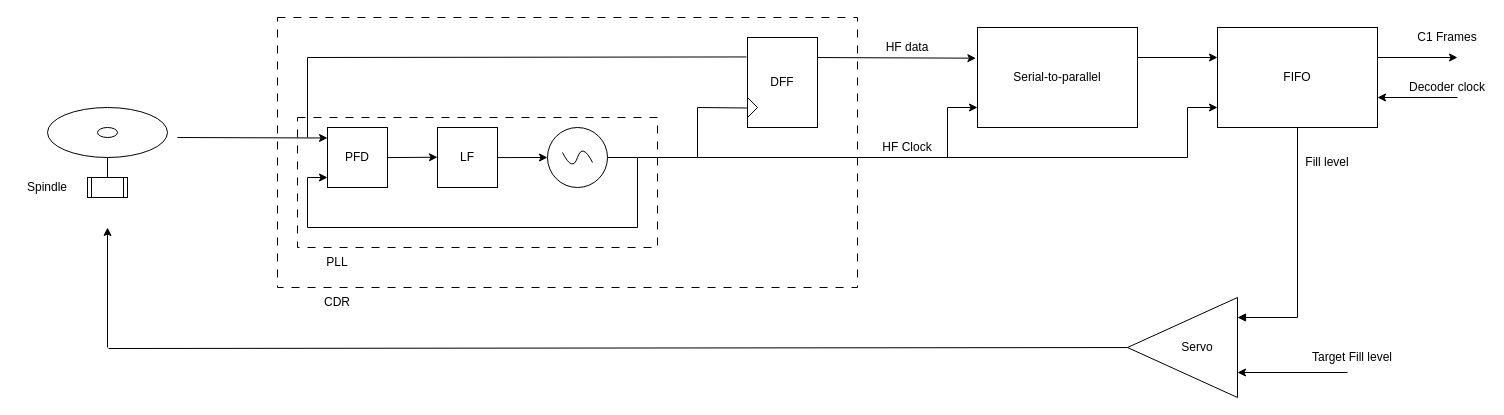
Before: page "Страница — 4" (4 of 4) of model/rs.drawio in eclipsevl/tt_um_audio_cd_decoder, a draw.io diagram. Source tidied: cells renumbered, new cells numbered last; positions are measured from the earlier drawing's top-left corner, leaving out a move shared by most shapes. Both pictures are drawn from the tidied source at 100%, with x=0, y=0 at pixel (17, 17).
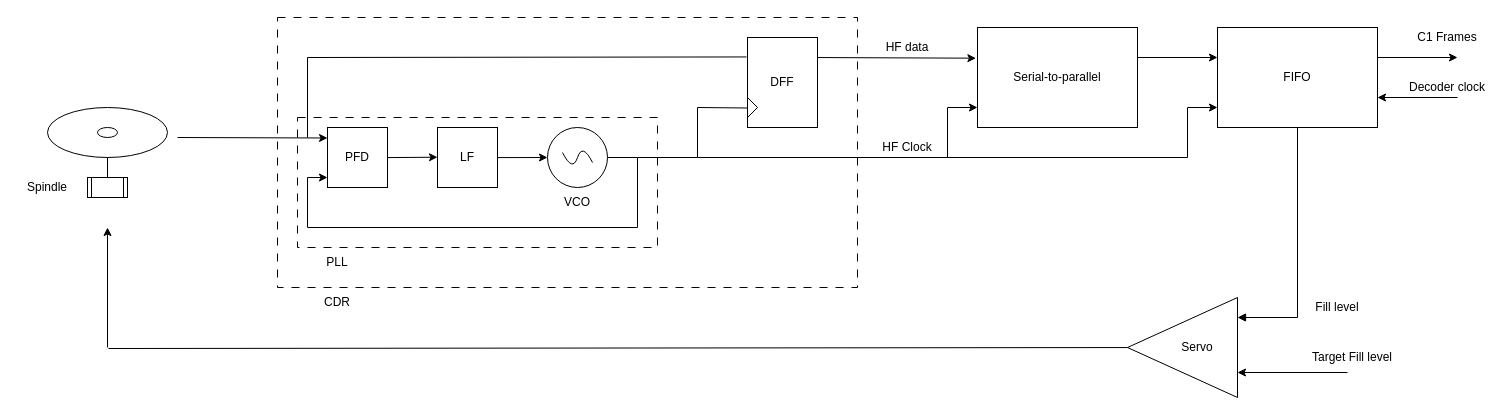
The same page after the edit.

What changed in the source:
```diff
@@
     <mxCell id="51" value="Fill level" style="text;html=1;align=center;verticalAlign=middle;whiteSpace=wrap;rounded=0;" parent="1" vertex="1">
-      <mxGeometry x="1280" y="135" width="60" height="20" as="geometry" />
+      <mxGeometry x="1290" y="280" width="60" height="20" as="geometry" />
     </mxCell>
@@
+    <mxCell id="56" value="VCO" style="text;html=1;align=center;verticalAlign=middle;whiteSpace=wrap;rounded=0;" parent="1" vertex="1">
+      <mxGeometry x="530" y="170" width="60" height="30" as="geometry" />
+    </mxCell>
```
